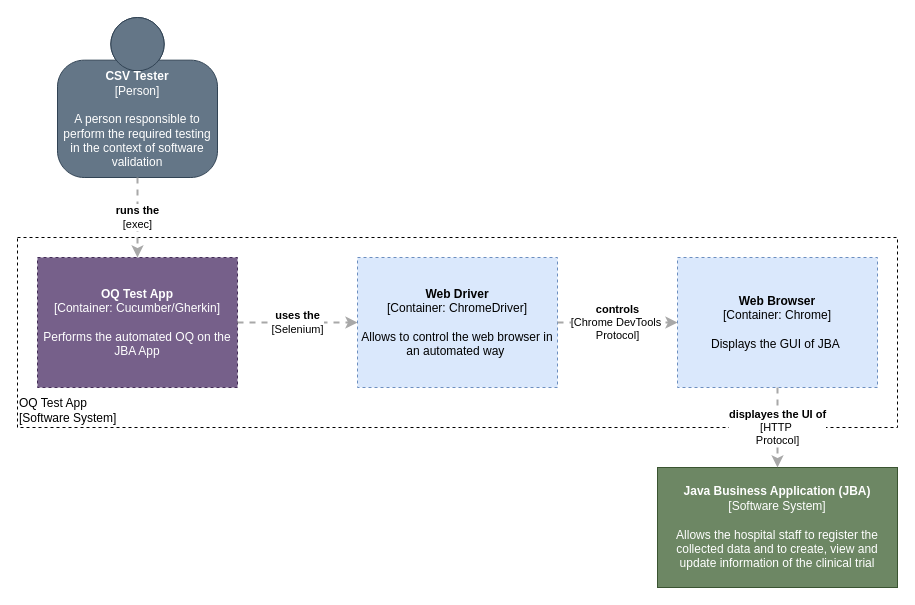
sableu/BDD4OQ keeps this draw.io diagram as documentation/C2_OQTestApp.drawio. Above is the earlier version. Source tidied: cells renumbered, new cells numbered last; positions are measured from the earlier drawing's top-left corner, leaving out a move shared by most shapes. Both pictures are drawn from the tidied source at 100%, with x=0, y=0 at pixel (17, 17).
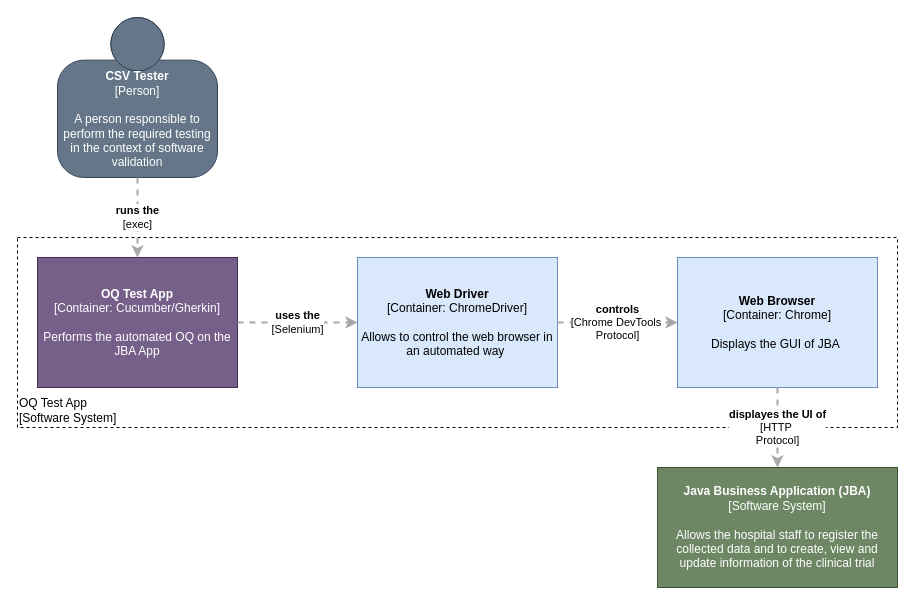
Above is the later version.

The edit, as a diff of the source:
```diff
@@
 <mxGraphModel>
   <root>
     <mxCell id="0" />
     <mxCell id="1" parent="0" />
     <mxCell id="2" value="&lt;div style=&quot;text-align: left&quot;&gt;OQ Test App&lt;/div&gt;&lt;div style=&quot;text-align: left&quot;&gt;[Software System]&lt;/div&gt;" style="rounded=0;whiteSpace=wrap;html=1;labelBackgroundColor=none;fillColor=none;fontColor=#000000;align=left;arcSize=5;strokeColor=#000000;verticalAlign=bottom;dashed=1;strokeWidth=1;perimeterSpacing=0;" parent="1" vertex="1">
       <mxGeometry y="220" width="880" height="190" as="geometry" />
     </mxCell>
     <mxCell id="3" value="&lt;b&gt;CSV Tester&lt;/b&gt;&lt;div&gt;[Person]&lt;/div&gt;&lt;br&gt;&lt;div&gt;A person responsible to perform&amp;nbsp;&lt;span&gt;the required testing in the context&amp;nbsp;&lt;/span&gt;&lt;span&gt;of software validation&lt;/span&gt;&lt;/div&gt;" style="html=1;dashed=0;whitespace=wrap;fillColor=#647687;strokeColor=#314354;shape=mxgraph.c4.person;align=center;points=[[0.5,0,0],[1,0.5,0],[1,0.75,0],[0.75,1,0],[0.5,1,0],[0.25,1,0],[0,0.75,0],[0,0.5,0]];whiteSpace=wrap;fontColor=#ffffff;" parent="1" vertex="1">
       <mxGeometry x="40" width="160" height="160" as="geometry" />
     </mxCell>
-    <mxCell id="4" value="&lt;span&gt;&lt;b&gt;OQ Test App&lt;/b&gt;&lt;/span&gt;&lt;br&gt;&lt;div&gt;[Container:&amp;nbsp;&lt;span&gt;Cucumber/Gherkin&lt;/span&gt;&lt;span&gt;]&lt;/span&gt;&lt;/div&gt;&lt;br&gt;&lt;div&gt;Performs the automated OQ on the JBA App&lt;/div&gt;" style="rounded=0;whiteSpace=wrap;html=1;labelBackgroundColor=none;fillColor=#76608a;fontColor=#ffffff;align=center;arcSize=10;strokeColor=#432D57;points=[[0.25,0,0],[0.5,0,0],[0.75,0,0],[1,0.25,0],[1,0.5,0],[1,0.75,0],[0.75,1,0],[0.5,1,0],[0.25,1,0],[0,0.75,0],[0,0.5,0],[0,0.25,0]];dashed=1;" parent="1" vertex="1">
+    <mxCell id="4" value="&lt;span&gt;&lt;b&gt;OQ Test App&lt;/b&gt;&lt;/span&gt;&lt;br&gt;&lt;div&gt;[Container:&amp;nbsp;&lt;span&gt;Cucumber/Gherkin&lt;/span&gt;&lt;span&gt;]&lt;/span&gt;&lt;/div&gt;&lt;br&gt;&lt;div&gt;Performs the automated OQ on the JBA App&lt;/div&gt;" style="rounded=0;whiteSpace=wrap;html=1;labelBackgroundColor=none;fillColor=#76608a;fontColor=#ffffff;align=center;arcSize=10;strokeColor=#432D57;points=[[0.25,0,0],[0.5,0,0],[0.75,0,0],[1,0.25,0],[1,0.5,0],[1,0.75,0],[0.75,1,0],[0.5,1,0],[0.25,1,0],[0,0.75,0],[0,0.5,0],[0,0.25,0]];" parent="1" vertex="1">
       <mxGeometry x="20" y="240" width="200" height="130" as="geometry" />
     </mxCell>
-    <mxCell id="5" value="&lt;span&gt;&lt;b&gt;Web Driver&lt;/b&gt;&lt;/span&gt;&lt;br&gt;&lt;div&gt;[Container:&amp;nbsp;&lt;span&gt;ChromeDriver&lt;/span&gt;&lt;span&gt;]&lt;/span&gt;&lt;/div&gt;&lt;br&gt;&lt;div&gt;Allows to control the web browser in an automated way&amp;nbsp;&lt;/div&gt;" style="rounded=0;whiteSpace=wrap;html=1;labelBackgroundColor=none;fillColor=#dae8fc;align=center;arcSize=10;strokeColor=#6c8ebf;points=[[0.25,0,0],[0.5,0,0],[0.75,0,0],[1,0.25,0],[1,0.5,0],[1,0.75,0],[0.75,1,0],[0.5,1,0],[0.25,1,0],[0,0.75,0],[0,0.5,0],[0,0.25,0]];dashed=1;" parent="1" vertex="1">
+    <mxCell id="5" value="&lt;span&gt;&lt;b&gt;Web Driver&lt;/b&gt;&lt;/span&gt;&lt;br&gt;&lt;div&gt;[Container:&amp;nbsp;&lt;span&gt;ChromeDriver&lt;/span&gt;&lt;span&gt;]&lt;/span&gt;&lt;/div&gt;&lt;br&gt;&lt;div&gt;Allows to control the web browser in an automated way&amp;nbsp;&lt;/div&gt;" style="rounded=0;whiteSpace=wrap;html=1;labelBackgroundColor=none;fillColor=#dae8fc;align=center;arcSize=10;strokeColor=#6c8ebf;points=[[0.25,0,0],[0.5,0,0],[0.75,0,0],[1,0.25,0],[1,0.5,0],[1,0.75,0],[0.75,1,0],[0.5,1,0],[0.25,1,0],[0,0.75,0],[0,0.5,0],[0,0.25,0]];" parent="1" vertex="1">
       <mxGeometry x="340" y="240" width="200" height="130" as="geometry" />
     </mxCell>
-    <mxCell id="6" value="&lt;span&gt;&lt;b&gt;Web Browser&lt;/b&gt;&lt;/span&gt;&lt;br&gt;&lt;div&gt;[Container:&amp;nbsp;&lt;span&gt;Chrome&lt;/span&gt;&lt;span&gt;]&lt;/span&gt;&lt;/div&gt;&lt;br&gt;&lt;div&gt;Displays the GUI of JBA&amp;nbsp;&lt;/div&gt;" style="rounded=0;whiteSpace=wrap;html=1;labelBackgroundColor=none;fillColor=#dae8fc;fontColor=#000000;align=center;arcSize=10;strokeColor=#6c8ebf;points=[[0.25,0,0],[0.5,0,0],[0.75,0,0],[1,0.25,0],[1,0.5,0],[1,0.75,0],[0.75,1,0],[0.5,1,0],[0.25,1,0],[0,0.75,0],[0,0.5,0],[0,0.25,0]];dashed=1;" parent="1" vertex="1">
+    <mxCell id="6" value="&lt;span&gt;&lt;b&gt;Web Browser&lt;/b&gt;&lt;/span&gt;&lt;br&gt;&lt;div&gt;[Container:&amp;nbsp;&lt;span&gt;Chrome&lt;/span&gt;&lt;span&gt;]&lt;/span&gt;&lt;/div&gt;&lt;br&gt;&lt;div&gt;Displays the GUI of JBA&amp;nbsp;&lt;/div&gt;" style="rounded=0;whiteSpace=wrap;html=1;labelBackgroundColor=none;fillColor=#dae8fc;fontColor=#000000;align=center;arcSize=10;strokeColor=#6c8ebf;points=[[0.25,0,0],[0.5,0,0],[0.75,0,0],[1,0.25,0],[1,0.5,0],[1,0.75,0],[0.75,1,0],[0.5,1,0],[0.25,1,0],[0,0.75,0],[0,0.5,0],[0,0.25,0]];" parent="1" vertex="1">
       <mxGeometry x="660" y="240" width="200" height="130" as="geometry" />
     </mxCell>
     <mxCell id="7" value="&lt;div style=&quot;text-align: left&quot;&gt;&lt;div style=&quot;text-align: center&quot;&gt;&lt;b&gt;uses the&lt;/b&gt;&lt;/div&gt;&lt;div style=&quot;text-align: center&quot;&gt;[Selenium]&lt;/div&gt;&lt;/div&gt;" style="edgeStyle=none;rounded=0;html=1;jettySize=auto;strokeColor=#A8A8A8;strokeWidth=2;fontColor=#000000;jumpStyle=none;dashed=1;exitX=1;exitY=0.5;exitDx=0;exitDy=0;exitPerimeter=0;entryX=0;entryY=0.5;entryDx=0;entryDy=0;entryPerimeter=0;" parent="1" edge="1" source="4" target="5">
       <mxGeometry relative="1" as="geometry" />
     </mxCell>
     <mxCell id="8" value="&lt;div style=&quot;text-align: left&quot;&gt;&lt;div style=&quot;text-align: center&quot;&gt;&lt;b&gt;runs the&lt;/b&gt;&lt;/div&gt;&lt;div style=&quot;text-align: center&quot;&gt;[exec]&lt;/div&gt;&lt;/div&gt;" style="edgeStyle=none;rounded=0;html=1;entryX=0.5;entryY=0;jettySize=auto;strokeColor=#A8A8A8;strokeWidth=2;fontColor=#000000;jumpStyle=none;dashed=1;exitX=0.5;exitY=1;exitDx=0;exitDy=0;exitPerimeter=0;entryDx=0;entryDy=0;entryPerimeter=0;" parent="1" edge="1" source="3" target="4">
       <mxGeometry relative="1" as="geometry" />
     </mxCell>
     <mxCell id="9" value="&lt;div style=&quot;text-align: left&quot;&gt;&lt;div style=&quot;text-align: center&quot;&gt;&lt;b&gt;controls&lt;/b&gt;&lt;/div&gt;&lt;div style=&quot;text-align: center&quot;&gt;[Chrome DevTools&amp;nbsp;&lt;/div&gt;&lt;div style=&quot;text-align: center&quot;&gt;Protocol]&lt;/div&gt;&lt;/div&gt;" style="edgeStyle=none;rounded=0;html=1;entryX=0;entryY=0.5;jettySize=auto;strokeColor=#A8A8A8;strokeWidth=2;fontColor=#000000;jumpStyle=none;dashed=1;exitX=1;exitY=0.5;exitDx=0;exitDy=0;exitPerimeter=0;entryDx=0;entryDy=0;entryPerimeter=0;" parent="1" edge="1" source="5" target="6">
       <mxGeometry relative="1" as="geometry" />
     </mxCell>
     <mxCell id="10" value="&lt;b&gt;Java Business Application (JBA)&lt;/b&gt;&lt;div&gt;[Software System]&lt;/div&gt;&lt;br&gt;&lt;div&gt;Allows the hospital staff to register the collected data and to create, view and update information of the clinical trial&lt;/div&gt;" style="rounded=0;whiteSpace=wrap;html=1;labelBackgroundColor=none;fillColor=#6d8764;fontColor=#ffffff;align=center;arcSize=10;strokeColor=#3A5431;points=[[0.25,0,0],[0.5,0,0],[0.75,0,0],[1,0.25,0],[1,0.5,0],[1,0.75,0],[0.75,1,0],[0.5,1,0],[0.25,1,0],[0,0.75,0],[0,0.5,0],[0,0.25,0]];" parent="1" vertex="1">
       <mxGeometry x="640" y="450" width="240" height="120" as="geometry" />
     </mxCell>
     <mxCell id="11" value="&lt;div style=&quot;text-align: left&quot;&gt;&lt;div style=&quot;text-align: center&quot;&gt;&lt;b&gt;displayes the UI of&lt;/b&gt;&lt;/div&gt;&lt;div style=&quot;text-align: center&quot;&gt;&lt;div&gt;[HTTP&amp;nbsp;&lt;/div&gt;&lt;div&gt;Protocol]&lt;/div&gt;&lt;/div&gt;&lt;/div&gt;" style="edgeStyle=none;rounded=0;html=1;jettySize=auto;strokeColor=#A8A8A8;strokeWidth=2;fontColor=#000000;jumpStyle=none;dashed=1;exitX=0.5;exitY=1;exitDx=0;exitDy=0;exitPerimeter=0;" parent="1" edge="1" source="6" target="10">
       <mxGeometry relative="1" as="geometry" />
     </mxCell>
   </root>
 </mxGraphModel>
```
